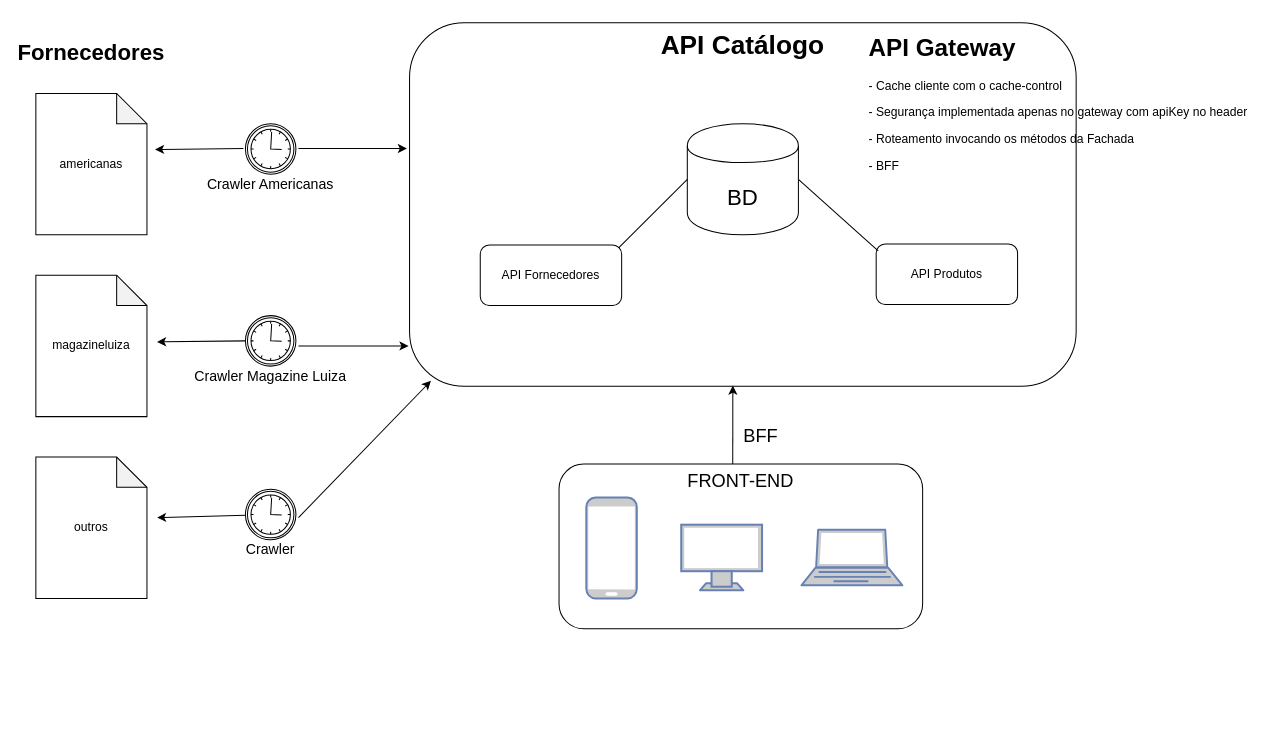
The draw.io diagram page "API Catálogo" (2 of 3) of doc/Untitled Diagram.drawio in caiosduarte/aws-montagem-exibicao-catalogo, before the edit. Source tidied: cells renumbered, new cells numbered last; positions are measured from the earlier drawing's top-left corner, leaving out a move shared by most shapes. Both pictures are drawn from the tidied source at 101%, with x=0, y=0 at pixel (35, 22).
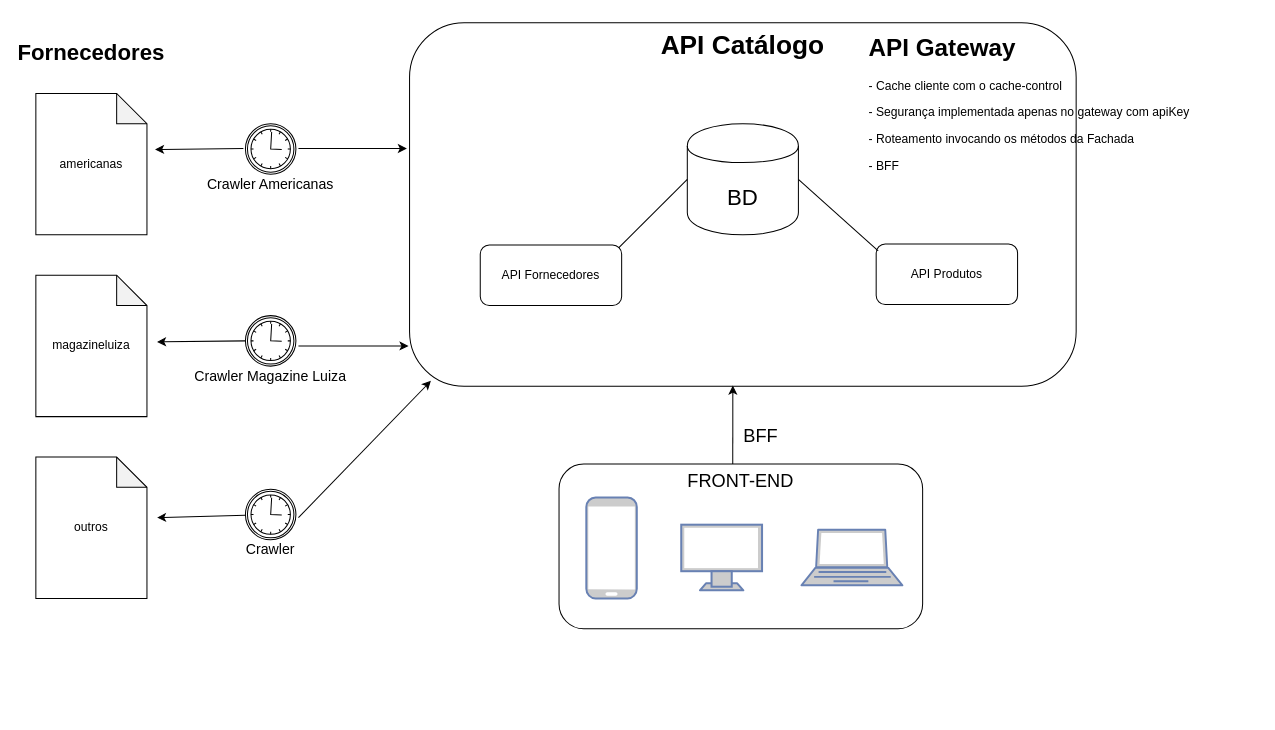
Above is the later version.

Commit message (it also covers changes not shown here):
infos sobre a api gateway

Diff of the diagram source:
```diff
@@
-    <mxCell id="43" value="&lt;h1&gt;API Gateway&lt;/h1&gt;&lt;p&gt;- Cache cliente com o cache-control&lt;/p&gt;&lt;p&gt;&lt;span&gt;- Segurança implementada apenas no gateway com apiKey no header&lt;/span&gt;&lt;/p&gt;&lt;p&gt;- Roteamento invocando os métodos da Fachada&lt;/p&gt;&lt;p&gt;- BFF&lt;/p&gt;" style="text;html=1;strokeColor=none;fillColor=none;spacing=5;spacingTop=-20;whiteSpace=wrap;overflow=hidden;rounded=0;" parent="1" vertex="1">
-      <mxGeometry x="820" y="5" width="390" height="150" as="geometry" />
-    </mxCell>
+    <mxCell id="44" value="&lt;h1&gt;API Gateway&lt;/h1&gt;&lt;p&gt;- Cache cliente com o cache-control&lt;/p&gt;&lt;p&gt;&lt;span&gt;- Segurança implementada apenas no gateway com apiKey&lt;/span&gt;&lt;/p&gt;&lt;p&gt;- Roteamento invocando os métodos da Fachada&lt;/p&gt;&lt;p&gt;- BFF&lt;/p&gt;" style="text;html=1;strokeColor=none;fillColor=none;spacing=5;spacingTop=-20;whiteSpace=wrap;overflow=hidden;rounded=0;" parent="1" vertex="1">
+      <mxGeometry x="820" y="5" width="390" height="150" as="geometry" />
+    </mxCell>
```
